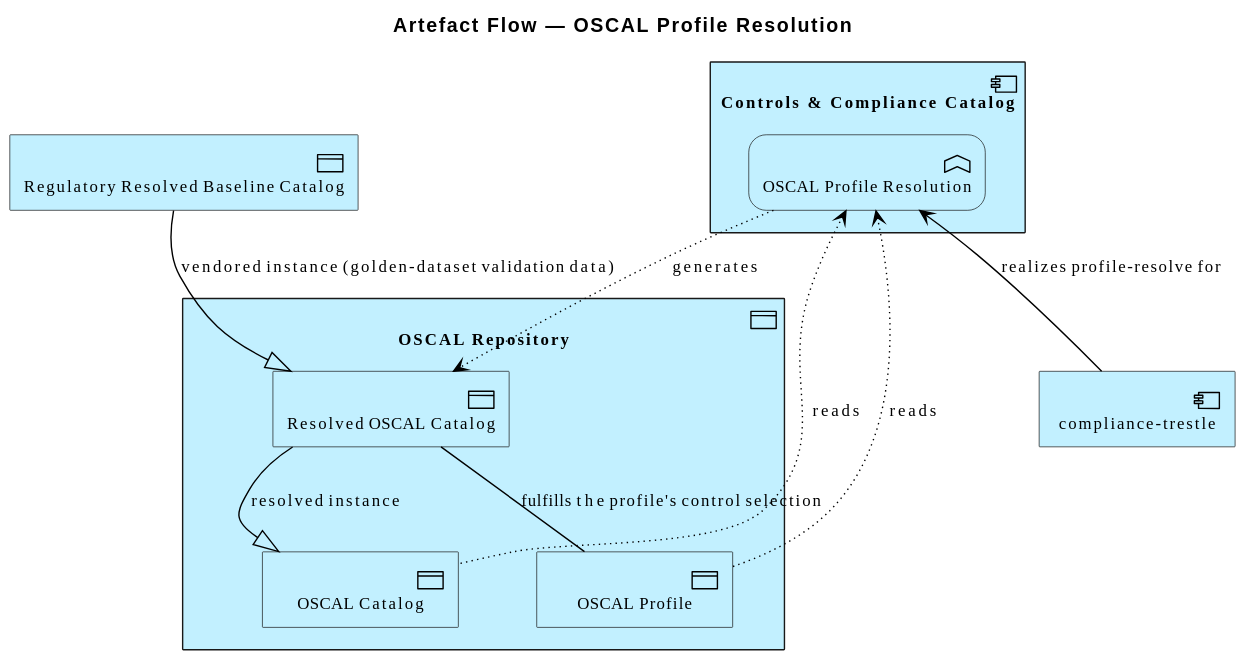
wolffy-au/frictionless-architect keeps this PlantUML diagram as architecture/model/diagrams/application/artefact-oscal-resolve.svg. Above is the earlier version.
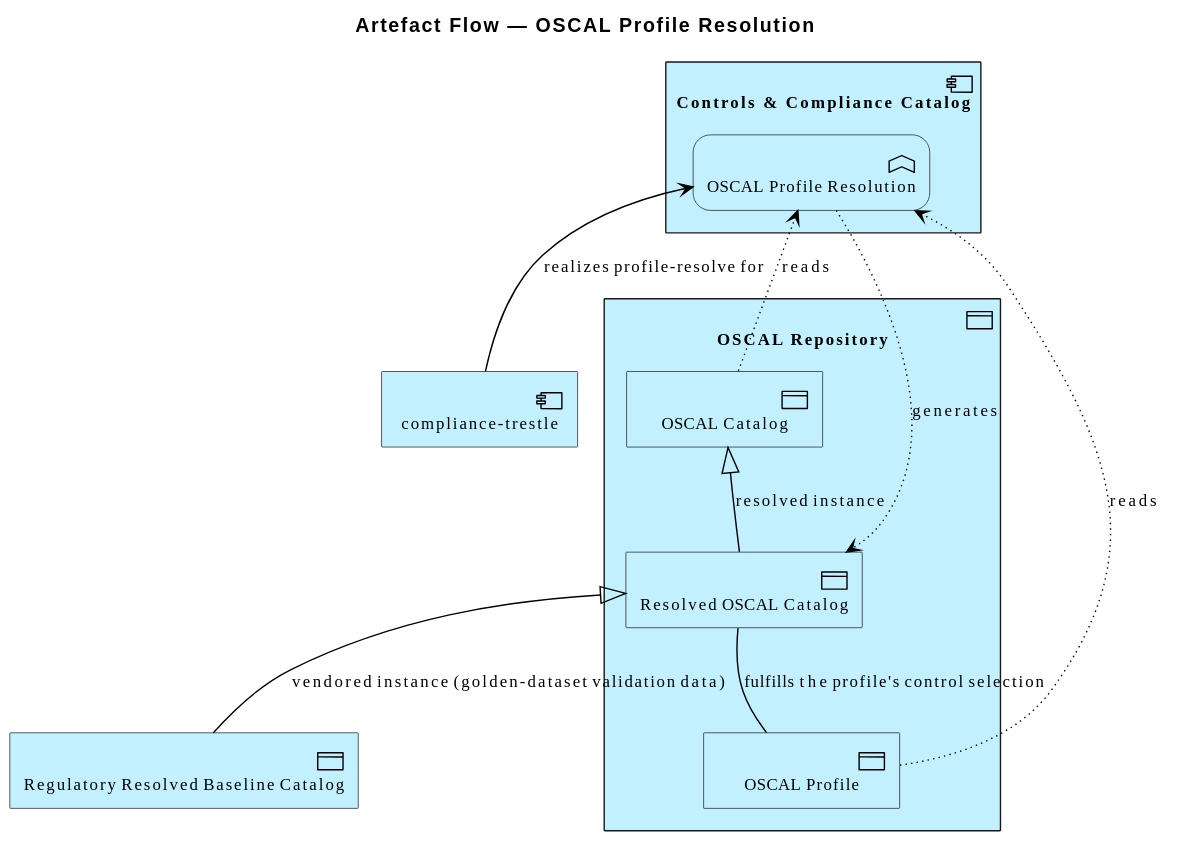
Above is the later version.

Diff of the diagram source:
```diff
@@ -14,9 +14,9 @@
 Application_Component(e_id0aed952692a556, "compliance-trestle")
 Application_DataObject(e_ide0d2eafd1b6957, "Regulatory Resolved Baseline Catalog")
 
-Rel_Specialization(e_id0bcf03d5bb0d58, e_idddf65887d53f57, "resolved instance")
+Rel_Specialization_Up(e_id0bcf03d5bb0d58, e_idddf65887d53f57, "resolved instance")
 Rel_Association(e_id0bcf03d5bb0d58, e_id9659a679544058, "fulfills the profile's control selection")
-Rel_Specialization(e_ide0d2eafd1b6957, e_id0bcf03d5bb0d58, "vendored instance (golden-dataset validation data)")
+Rel_Specialization_Up(e_ide0d2eafd1b6957, e_id0bcf03d5bb0d58, "vendored instance (golden-dataset validation data)")
 Rel_Serving_Up(e_id0aed952692a556, e_id9395f0bc80c955, "realizes profile-resolve for")
 Rel_Access_r(e_id9395f0bc80c955, e_idddf65887d53f57, "reads")
 Rel_Access_r(e_id9395f0bc80c955, e_id9659a679544058, "reads")
```
